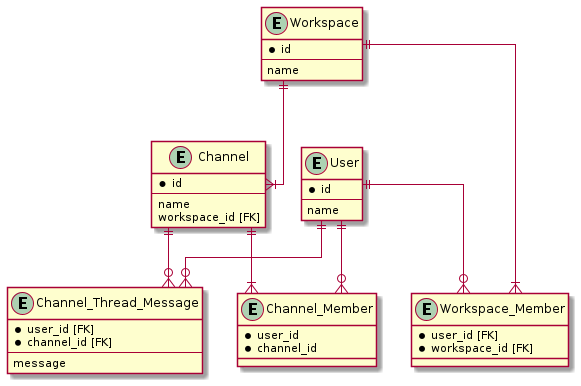
Before: database/30_modeling2/assets/chat.png, a diagram exported from PlantUML (shimopino/praha-challenges). The source it was exported from:
```plantuml
@startuml chat

skinparam linetype ortho

entity User {
    * id
    ---
    name
}

entity Workspace {
    * id
    ---
    name
}

entity Channel {
    * id
    ---
    name
    workspace_id [FK]
}

entity Workspace_Member {
    * user_id [FK]
    * workspace_id [FK]
}

entity Channel_Member {
    * user_id
    * channel_id
}

entity Channel_Thread_Message {
    * user_id [FK]
    * channel_id [FK]
    --
    message
}

Workspace ||--|{ Channel
User ||--o{ Workspace_Member
Workspace ||--|{ Workspace_Member
User ||--o{ Channel_Member
Channel ||--|{ Channel_Member
User ||--o{ Channel_Thread_Message
Channel ||--o{ Channel_Thread_Message

@enduml
```
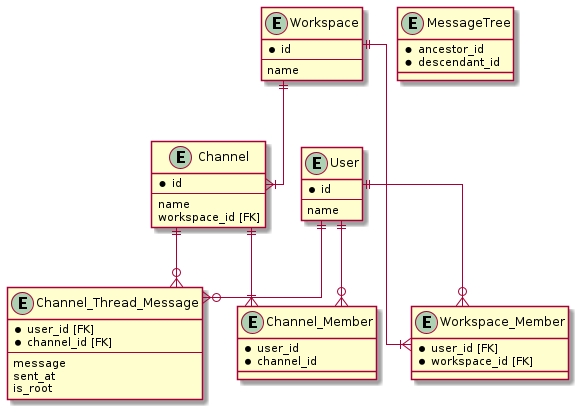
The same file after the commit.

What changed in the source:
```diff
@@ -36,6 +36,13 @@
     * channel_id [FK]
     --
     message
+    sent_at
+    is_root
+}
+
+entity MessageTree {
+    * ancestor_id
+    * descendant_id
 }
 
 Workspace ||--|{ Channel
```
